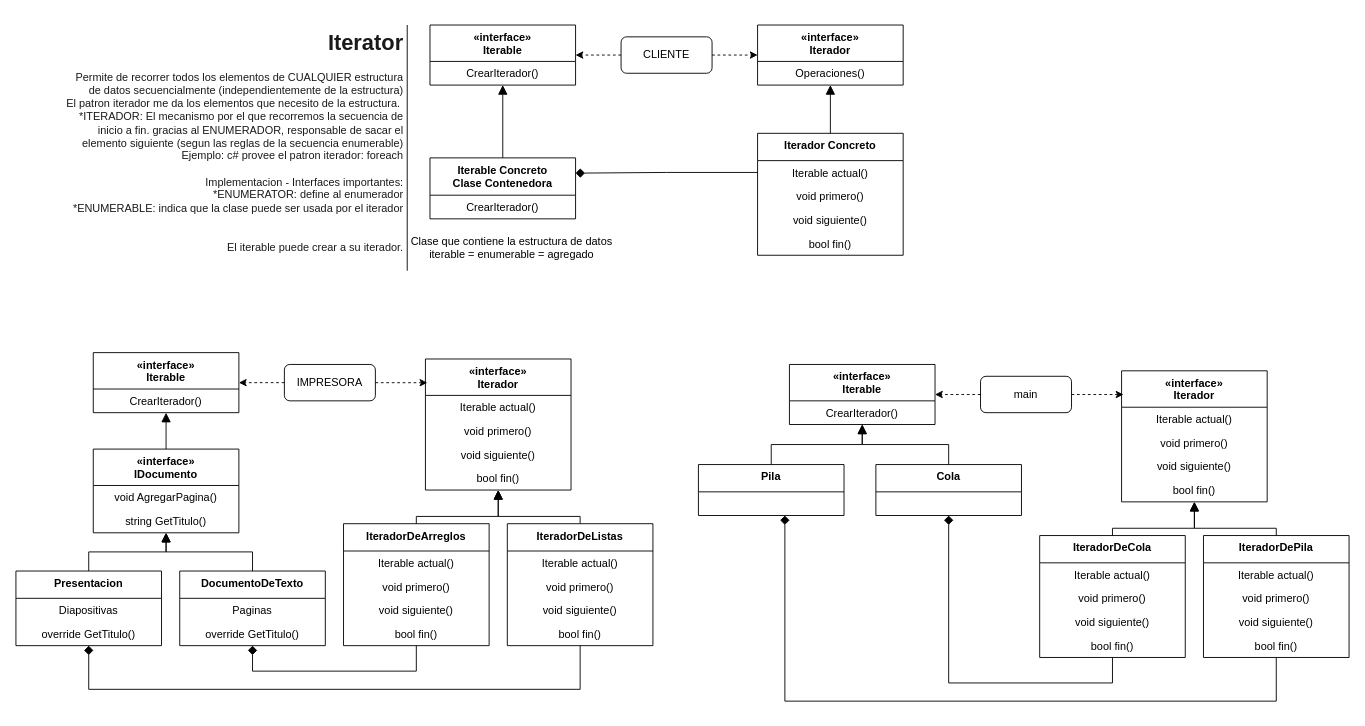
The draw.io diagram page "2 Iterator" (1 of 2) of Clase2.drawio in veroyols/I3007_patrones_de_disenio, before the edit. Source tidied: cells renumbered, new cells numbered last; positions are measured from the earlier drawing's top-left corner, leaving out a move shared by most shapes. Both pictures are drawn from the tidied source at 91%, with x=0, y=0 at pixel (15, 25).
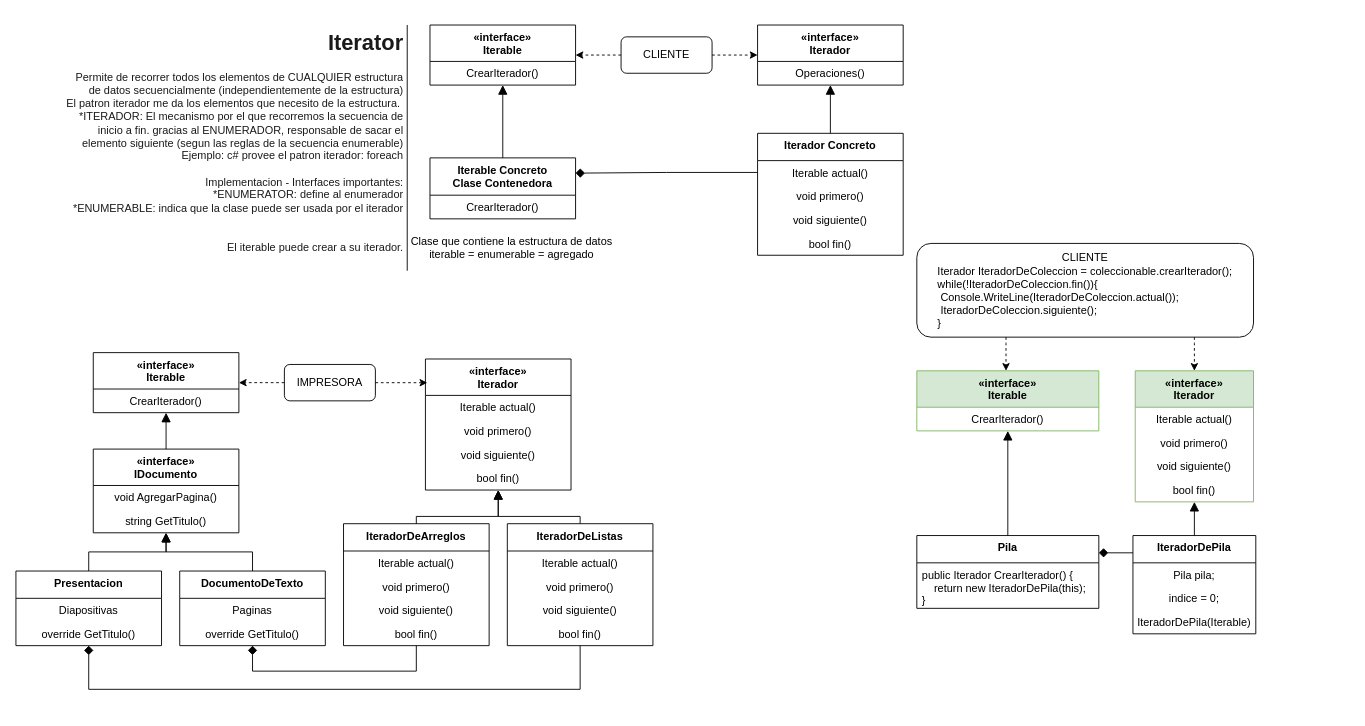
Above is the later version.

Change to the diagram source:
```diff
@@
-    <mxCell id="58" value="«interface»&#10;Iterador" style="swimlane;fontStyle=1;align=center;verticalAlign=top;horizontal=1;startSize=40;" parent="1" vertex="1">
-      <mxGeometry x="1215" y="380" width="160" height="144" as="geometry" />
+    <mxCell id="58" value="«interface»&#10;Iterador" style="swimlane;fontStyle=1;align=center;verticalAlign=top;horizontal=1;startSize=40;fillColor=#d5e8d4;strokeColor=#82b366;" parent="1" vertex="1">
+      <mxGeometry x="1230" y="380" width="130" height="144" as="geometry" />
     </mxCell>
     <mxCell id="59" value="Iterable actual()&#10;" style="text;strokeColor=none;fillColor=none;align=center;verticalAlign=top;spacingLeft=4;spacingRight=4;overflow=hidden;" parent="58" vertex="1">
-      <mxGeometry y="40" width="160" height="26" as="geometry" />
+      <mxGeometry y="40" width="130" height="26" as="geometry" />
     </mxCell>
     <mxCell id="60" value="void primero()&#10;" style="text;strokeColor=none;fillColor=none;align=center;verticalAlign=top;spacingLeft=4;spacingRight=4;overflow=hidden;" parent="58" vertex="1">
-      <mxGeometry y="66" width="160" height="26" as="geometry" />
+      <mxGeometry y="66" width="130" height="26" as="geometry" />
     </mxCell>
     <mxCell id="61" value="void siguiente()&#10;" style="text;strokeColor=none;fillColor=none;align=center;verticalAlign=top;spacingLeft=4;spacingRight=4;overflow=hidden;" parent="58" vertex="1">
-      <mxGeometry y="92" width="160" height="26" as="geometry" />
+      <mxGeometry y="92" width="130" height="26" as="geometry" />
     </mxCell>
     <mxCell id="62" value="bool fin()&#10;" style="text;strokeColor=none;fillColor=none;align=center;verticalAlign=top;spacingLeft=4;spacingRight=4;overflow=hidden;" parent="58" vertex="1">
-      <mxGeometry y="118" width="160" height="26" as="geometry" />
+      <mxGeometry y="118" width="130" height="26" as="geometry" />
     </mxCell>
-    <mxCell id="63" value="main" style="rounded=1;whiteSpace=wrap;html=1;align=center;" parent="1" vertex="1">
-      <mxGeometry x="1060" y="386" width="100" height="40" as="geometry" />
+    <mxCell id="63" value="&lt;div style=&quot;text-align: left&quot;&gt;&amp;nbsp; &amp;nbsp; &amp;nbsp; &amp;nbsp; &amp;nbsp; &amp;nbsp; &amp;nbsp; &amp;nbsp; &amp;nbsp; &amp;nbsp; &amp;nbsp; &amp;nbsp; &amp;nbsp; &amp;nbsp; &amp;nbsp; &amp;nbsp; &amp;nbsp; &amp;nbsp; &amp;nbsp; &amp;nbsp; &amp;nbsp;CLIENTE&lt;/div&gt;&lt;div style=&quot;text-align: left&quot;&gt;Iterador IteradorDeColeccion = coleccionable.crearIterador();&lt;/div&gt;&lt;div style=&quot;text-align: left&quot;&gt;while(!IteradorDeColeccion.fin()){&lt;/div&gt;&lt;div style=&quot;text-align: left&quot;&gt;&lt;span&gt; &lt;/span&gt;&lt;span style=&quot;white-space: pre&quot;&gt; &lt;/span&gt;Console.WriteLine(IteradorDeColeccion.actual());&lt;/div&gt;&lt;div style=&quot;text-align: left&quot;&gt;&lt;span&gt; &lt;/span&gt;&lt;span style=&quot;white-space: pre&quot;&gt; &lt;/span&gt;IteradorDeColeccion.siguiente();&lt;/div&gt;&lt;div style=&quot;text-align: left&quot;&gt;}&lt;/div&gt;" style="rounded=1;whiteSpace=wrap;html=1;align=center;" parent="1" vertex="1">
+      <mxGeometry x="990" y="240" width="370" height="103" as="geometry" />
     </mxCell>
-    <mxCell id="64" style="endArrow=classic;html=1;dashed=1;" parent="1" edge="1" source="63" target="75">
-      <mxGeometry relative="1" as="geometry" />
+    <mxCell id="64" style="endArrow=classic;html=1;dashed=1;rounded=0;edgeStyle=orthogonalEdgeStyle;" parent="1" edge="1" source="63" target="75">
+      <mxGeometry relative="1" as="geometry">
+        <Array as="points">
+          <mxPoint x="1088" y="350" />
+          <mxPoint x="1088" y="350" />
+        </Array>
+      </mxGeometry>
     </mxCell>
-    <mxCell id="65" style="endArrow=classic;html=1;dashed=1;entryX=0.013;entryY=0.181;entryDx=0;entryDy=0;entryPerimeter=0;" parent="1" edge="1" source="63" target="58">
-      <mxGeometry relative="1" as="geometry" />
+    <mxCell id="65" style="endArrow=classic;html=1;dashed=1;entryX=0.5;entryY=0;entryDx=0;entryDy=0;edgeStyle=orthogonalEdgeStyle;rounded=0;" parent="1" edge="1" source="63" target="58">
+      <mxGeometry relative="1" as="geometry">
+        <Array as="points">
+          <mxPoint x="1295" y="350" />
+          <mxPoint x="1295" y="350" />
+        </Array>
+      </mxGeometry>
     </mxCell>
-    <mxCell id="66" value="IteradorDeCola" style="swimlane;fontStyle=1;align=center;verticalAlign=top;horizontal=1;startSize=30;" parent="1" vertex="1">
-      <mxGeometry x="1125" y="561" width="160" height="134" as="geometry" />
-    </mxCell>
-    <mxCell id="67" value="Iterable actual()&#10;" style="text;strokeColor=none;fillColor=none;align=center;verticalAlign=top;spacingLeft=4;spacingRight=4;overflow=hidden;" parent="66" vertex="1">
-      <mxGeometry y="30" width="160" height="26" as="geometry" />
-    </mxCell>
-    <mxCell id="68" value="void primero()&#10;" style="text;strokeColor=none;fillColor=none;align=center;verticalAlign=top;spacingLeft=4;spacingRight=4;overflow=hidden;" parent="66" vertex="1">
-      <mxGeometry y="56" width="160" height="26" as="geometry" />
-    </mxCell>
-    <mxCell id="69" value="void siguiente()&#10;" style="text;strokeColor=none;fillColor=none;align=center;verticalAlign=top;spacingLeft=4;spacingRight=4;overflow=hidden;" parent="66" vertex="1">
-      <mxGeometry y="82" width="160" height="26" as="geometry" />
-    </mxCell>
-    <mxCell id="70" value="bool fin()&#10;" style="text;strokeColor=none;fillColor=none;align=center;verticalAlign=top;spacingLeft=4;spacingRight=4;overflow=hidden;" parent="66" vertex="1">
-      <mxGeometry y="108" width="160" height="26" as="geometry" />
-    </mxCell>
-    <mxCell id="71" value="Cola" style="swimlane;fontStyle=1;align=center;verticalAlign=top;horizontal=1;startSize=30;" parent="1" vertex="1">
-      <mxGeometry x="945" y="483" width="160" height="56" as="geometry" />
-    </mxCell>
-    <mxCell id="72" style="endArrow=block;html=1;endFill=1;endSize=8;edgeStyle=orthogonalEdgeStyle;rounded=0;" parent="1" edge="1" source="71" target="75">
-      <mxGeometry relative="1" as="geometry" />
-    </mxCell>
-    <mxCell id="73" style="endArrow=block;html=1;endFill=1;endSize=8;rounded=0;edgeStyle=orthogonalEdgeStyle;" parent="1" edge="1" source="66" target="58">
-      <mxGeometry relative="1" as="geometry">
-        <Array as="points">
-          <mxPoint x="1205" y="553" />
-          <mxPoint x="1295" y="553" />
-        </Array>
-      </mxGeometry>
-    </mxCell>
-    <mxCell id="74" style="endArrow=diamond;html=1;endFill=1;endSize=8;edgeStyle=orthogonalEdgeStyle;rounded=0;" parent="1" edge="1" source="79" target="77">
+    <mxCell id="74" style="endArrow=diamond;html=1;endFill=1;endSize=8;edgeStyle=orthogonalEdgeStyle;rounded=0;exitX=0.019;exitY=0.139;exitDx=0;exitDy=0;exitPerimeter=0;" parent="1" edge="1" source="79" target="77">
       <mxGeometry relative="1" as="geometry">
         <Array as="points">
-          <mxPoint x="1385" y="743" />
-          <mxPoint x="845" y="743" />
+          <mxPoint x="1230" y="580" />
         </Array>
       </mxGeometry>
     </mxCell>
-    <mxCell id="75" value="«interface»&#10;Iterable" style="swimlane;fontStyle=1;align=center;verticalAlign=top;horizontal=1;startSize=40;" parent="1" vertex="1">
-      <mxGeometry x="850" y="373" width="160" height="66" as="geometry" />
+    <mxCell id="75" value="«interface»&#10;Iterable" style="swimlane;fontStyle=1;align=center;verticalAlign=top;horizontal=1;startSize=40;fillColor=#d5e8d4;strokeColor=#82b366;" parent="1" vertex="1">
+      <mxGeometry x="990" y="380" width="200" height="66" as="geometry" />
     </mxCell>
     <mxCell id="76" value="CrearIterador()" style="text;strokeColor=none;fillColor=none;align=center;verticalAlign=top;spacingLeft=4;spacingRight=4;overflow=hidden;" parent="75" vertex="1">
-      <mxGeometry y="40" width="160" height="26" as="geometry" />
+      <mxGeometry y="40" width="200" height="26" as="geometry" />
     </mxCell>
     <mxCell id="77" value="Pila" style="swimlane;fontStyle=1;align=center;verticalAlign=top;horizontal=1;startSize=30;" parent="1" vertex="1">
-      <mxGeometry x="750" y="483" width="160" height="56" as="geometry" />
+      <mxGeometry x="990" y="561" width="200" height="80" as="geometry" />
     </mxCell>
+    <mxCell id="86" value="public Iterador CrearIterador() {&#10;    return new IteradorDePila(this);&#10;}" style="text;strokeColor=none;fillColor=none;align=left;verticalAlign=top;spacingLeft=4;spacingRight=4;overflow=hidden;" parent="77" vertex="1">
+      <mxGeometry y="30" width="200" height="50" as="geometry" />
+    </mxCell>
@@
     <mxCell id="79" value="IteradorDePila" style="swimlane;fontStyle=1;align=center;verticalAlign=top;horizontal=1;startSize=30;" parent="1" vertex="1">
-      <mxGeometry x="1305" y="561" width="160" height="134" as="geometry" />
+      <mxGeometry x="1227.5" y="561" width="135" height="108" as="geometry" />
     </mxCell>
-    <mxCell id="80" value="Iterable actual()&#10;" style="text;strokeColor=none;fillColor=none;align=center;verticalAlign=top;spacingLeft=4;spacingRight=4;overflow=hidden;" parent="79" vertex="1">
-      <mxGeometry y="30" width="160" height="26" as="geometry" />
-    </mxCell>
-    <mxCell id="81" value="void primero()&#10;" style="text;strokeColor=none;fillColor=none;align=center;verticalAlign=top;spacingLeft=4;spacingRight=4;overflow=hidden;" parent="79" vertex="1">
-      <mxGeometry y="56" width="160" height="26" as="geometry" />
-    </mxCell>
-    <mxCell id="82" value="void siguiente()&#10;" style="text;strokeColor=none;fillColor=none;align=center;verticalAlign=top;spacingLeft=4;spacingRight=4;overflow=hidden;" parent="79" vertex="1">
-      <mxGeometry y="82" width="160" height="26" as="geometry" />
-    </mxCell>
-    <mxCell id="83" value="bool fin()&#10;" style="text;strokeColor=none;fillColor=none;align=center;verticalAlign=top;spacingLeft=4;spacingRight=4;overflow=hidden;" parent="79" vertex="1">
-      <mxGeometry y="108" width="160" height="26" as="geometry" />
-    </mxCell>
+    <mxCell id="87" value="Pila pila;" style="text;strokeColor=none;fillColor=none;align=center;verticalAlign=top;spacingLeft=4;spacingRight=4;overflow=hidden;" parent="79" vertex="1">
+      <mxGeometry y="30" width="135" height="26" as="geometry" />
+    </mxCell>
+    <mxCell id="88" value="indice = 0;" style="text;strokeColor=none;fillColor=none;align=center;verticalAlign=top;spacingLeft=4;spacingRight=4;overflow=hidden;" parent="79" vertex="1">
+      <mxGeometry y="56" width="135" height="26" as="geometry" />
+    </mxCell>
+    <mxCell id="89" value="IteradorDePila(Iterable)" style="text;strokeColor=none;fillColor=none;align=center;verticalAlign=top;spacingLeft=4;spacingRight=4;overflow=hidden;" parent="79" vertex="1">
+      <mxGeometry y="82" width="135" height="26" as="geometry" />
+    </mxCell>
     <mxCell id="84" style="endArrow=block;html=1;endFill=1;endSize=8;rounded=0;edgeStyle=orthogonalEdgeStyle;" parent="1" edge="1" source="79" target="58">
       <mxGeometry relative="1" as="geometry">
         <Array as="points">
-          <mxPoint x="1385" y="553" />
-          <mxPoint x="1295" y="553" />
+          <mxPoint x="1295" y="580" />
+          <mxPoint x="1295" y="580" />
         </Array>
       </mxGeometry>
     </mxCell>
-    <mxCell id="85" style="endArrow=diamond;html=1;endFill=1;endSize=8;edgeStyle=orthogonalEdgeStyle;rounded=0;" parent="1" edge="1" source="66" target="71">
-      <mxGeometry relative="1" as="geometry">
-        <Array as="points">
-          <mxPoint x="1205" y="723" />
-          <mxPoint x="1025" y="723" />
-        </Array>
-      </mxGeometry>
-    </mxCell>
```
